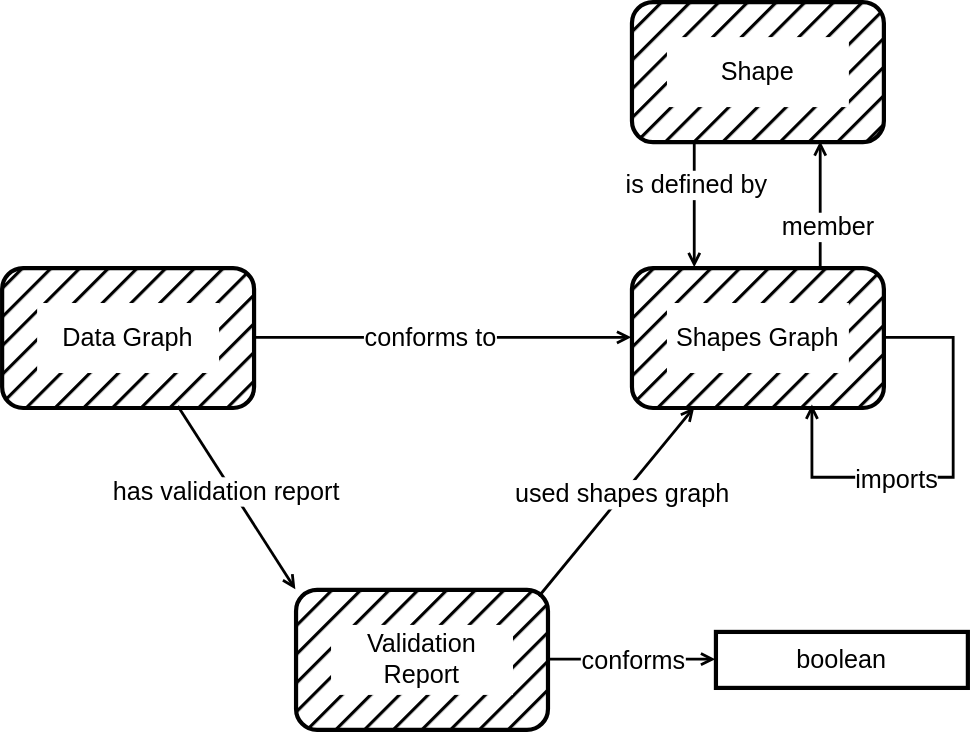
w3c/data-shapes keeps this draw.io diagram as shacl12-profiling/img/vocab.svg. Above is the earlier version. Source tidied: cells renumbered, new cells last; positions are measured from the earlier drawing's top-left corner, leaving out a move shared by most shapes.
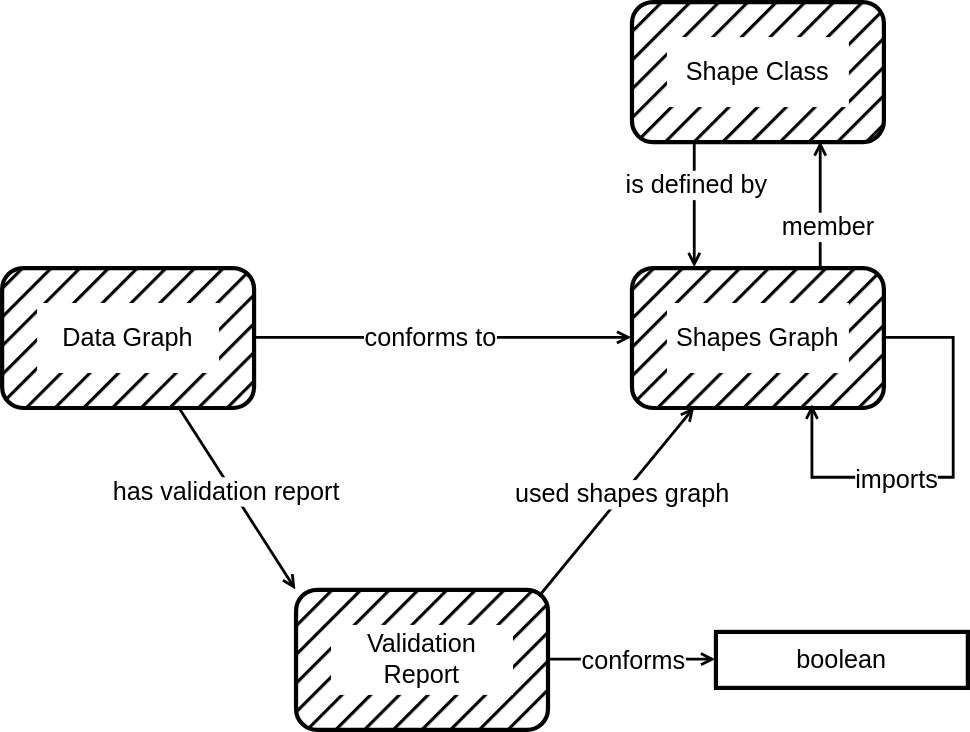
The same diagram one commit later.

Commit message:
complete vocab classes & props wrt the diagram

The edit, as a diff of the source:
```diff
@@ -88,7 +88,7 @@
     <mxCell id="25" style="rounded=1;whiteSpace=wrap;html=1;fillStyle=hatch;fillColor=light-dark(#000000, #512d2b);strokeColor=#000000;strokeWidth=3;" parent="24" vertex="1">
       <mxGeometry width="180" height="100" as="geometry" />
     </mxCell>
-    <mxCell id="26" value="Shape" style="text;html=1;whiteSpace=wrap;strokeColor=none;fillColor=default;align=center;verticalAlign=middle;rounded=0;fillStyle=solid;perimeterSpacing=8;fontSize=18;" parent="24" vertex="1">
+    <mxCell id="26" value="Shape Class" style="text;html=1;whiteSpace=wrap;strokeColor=none;fillColor=default;align=center;verticalAlign=middle;rounded=0;fillStyle=solid;perimeterSpacing=8;fontSize=18;" parent="24" vertex="1">
       <mxGeometry x="25" y="25" width="130" height="50" as="geometry" />
     </mxCell>
     <mxCell id="27" style="edgeStyle=orthogonalEdgeStyle;rounded=0;jettySize=auto;html=1;endArrow=none;endFill=0;strokeWidth=2;startArrow=open;startFill=0;exitX=0.75;exitY=1;exitDx=0;exitDy=0;entryX=0.75;entryY=0;entryDx=0;entryDy=0;" parent="1" edge="1" source="25" target="22">
```
